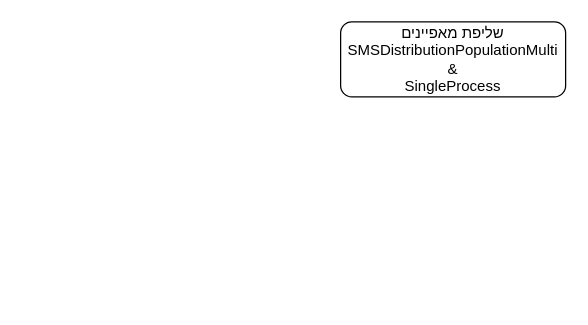
This is sms_process.drawio from eyallit/draw.io, a draw.io file, before an edit. Source tidied: cells renumbered, new cells numbered last; positions are measured from the earlier drawing's top-left corner, leaving out a move shared by most shapes. Both pictures are drawn from the tidied source at 125%, with x=0, y=0 at pixel (340, 21).
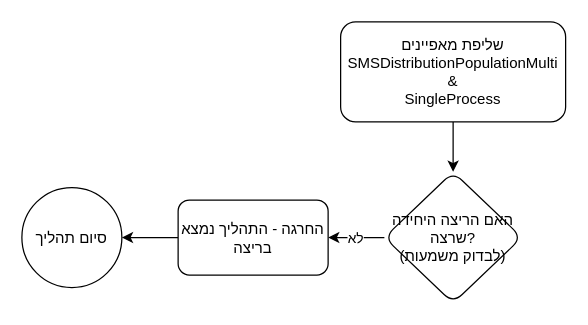
The same diagram, later.

What changed in the source:
```diff
@@
 <mxGraphModel>
   <root>
     <mxCell id="0" />
     <mxCell id="1" parent="0" />
+    <mxCell id="3" style="edgeStyle=orthogonalEdgeStyle;rounded=0;jettySize=auto;html=1;exitX=0.5;exitY=1;exitDx=0;exitDy=0;entryX=0.5;entryY=0;entryDx=0;entryDy=0;" parent="1" edge="1" source="2" target="5">
+      <mxGeometry relative="1" as="geometry" />
+    </mxCell>
     <mxCell id="2" value="שליפת מאפיינים&lt;br&gt;SMSDistributionPopulationMulti&lt;br&gt;&amp;amp;&lt;br&gt;SingleProcess&lt;br&gt;" style="rounded=1;whiteSpace=wrap;html=1;" parent="1" vertex="1">
-      <mxGeometry width="180" height="60" as="geometry" />
+      <mxGeometry width="180" height="80" as="geometry" />
     </mxCell>
+    <mxCell id="4" value="לא" style="edgeStyle=orthogonalEdgeStyle;rounded=0;jettySize=auto;html=1;exitX=0;exitY=0.5;exitDx=0;exitDy=0;" parent="1" edge="1" source="5" target="8">
+      <mxGeometry relative="1" as="geometry" />
+    </mxCell>
+    <mxCell id="5" value="האם הריצה היחידה שרצה?&lt;br&gt;(לבדוק משמעות)&lt;br&gt;" style="rhombus;whiteSpace=wrap;html=1;rounded=1;" parent="1" vertex="1">
+      <mxGeometry x="35" y="120" width="110" height="105" as="geometry" />
+    </mxCell>
+    <mxCell id="6" value="סיום תהליך" style="ellipse;whiteSpace=wrap;html=1;rounded=1;" parent="1" vertex="1">
+      <mxGeometry x="-255" y="132.5" width="80" height="80" as="geometry" />
+    </mxCell>
+    <mxCell id="7" style="edgeStyle=orthogonalEdgeStyle;rounded=0;jettySize=auto;html=1;entryX=1;entryY=0.5;entryDx=0;entryDy=0;" parent="1" edge="1" source="8" target="6">
+      <mxGeometry relative="1" as="geometry" />
+    </mxCell>
+    <mxCell id="8" value="החרגה - התהליך נמצא בריצה" style="rounded=1;whiteSpace=wrap;html=1;" parent="1" vertex="1">
+      <mxGeometry x="-130" y="142.5" width="120" height="60" as="geometry" />
+    </mxCell>
   </root>
 </mxGraphModel>
```
